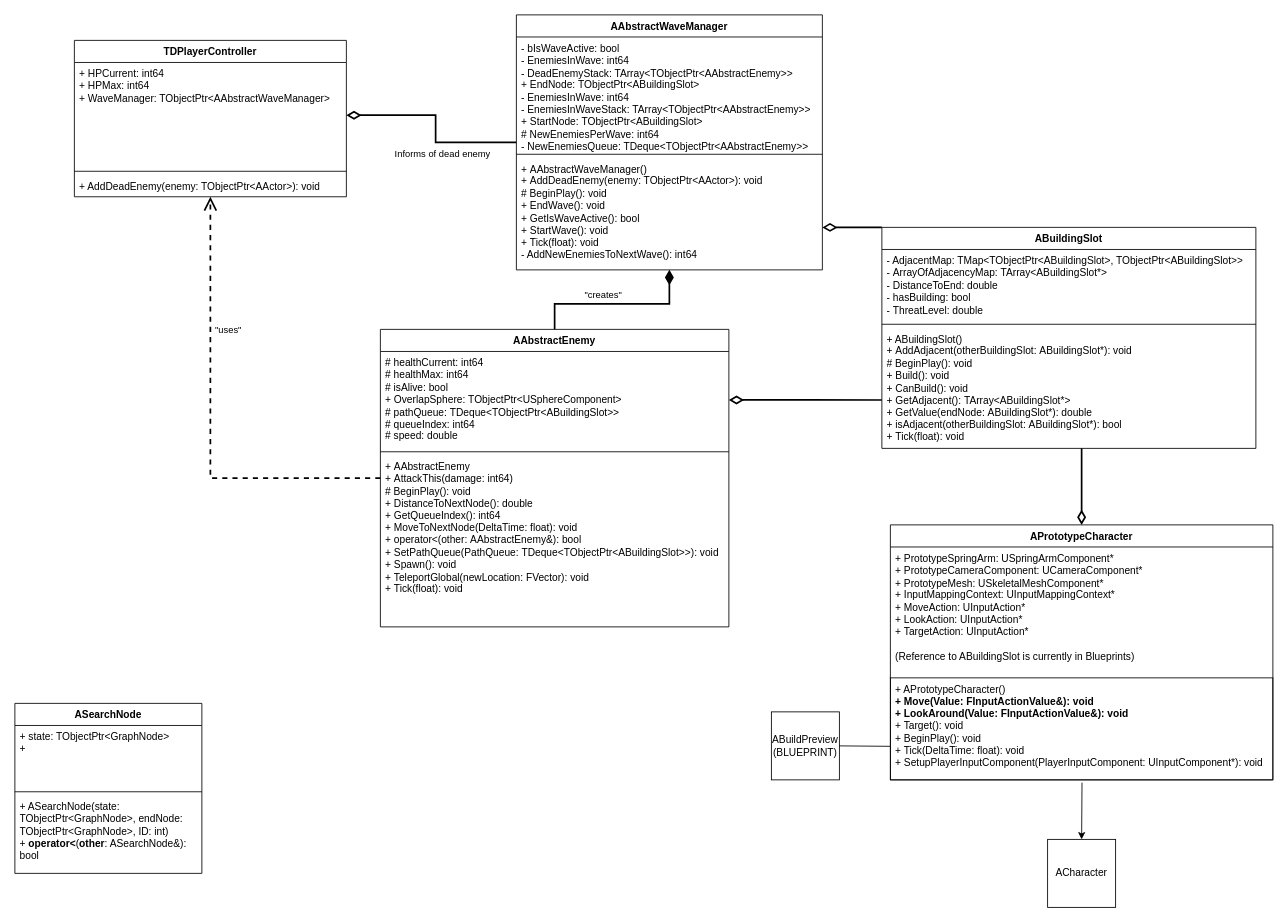
Before: UML.drawio in herrkrabbe/Programming3TD, a draw.io diagram. Source tidied: cells renumbered, new cells numbered last; positions are measured from the earlier drawing's top-left corner, leaving out a move shared by most shapes. Both pictures are drawn from the tidied source at 85%, with x=0, y=0 at pixel (14, 14).
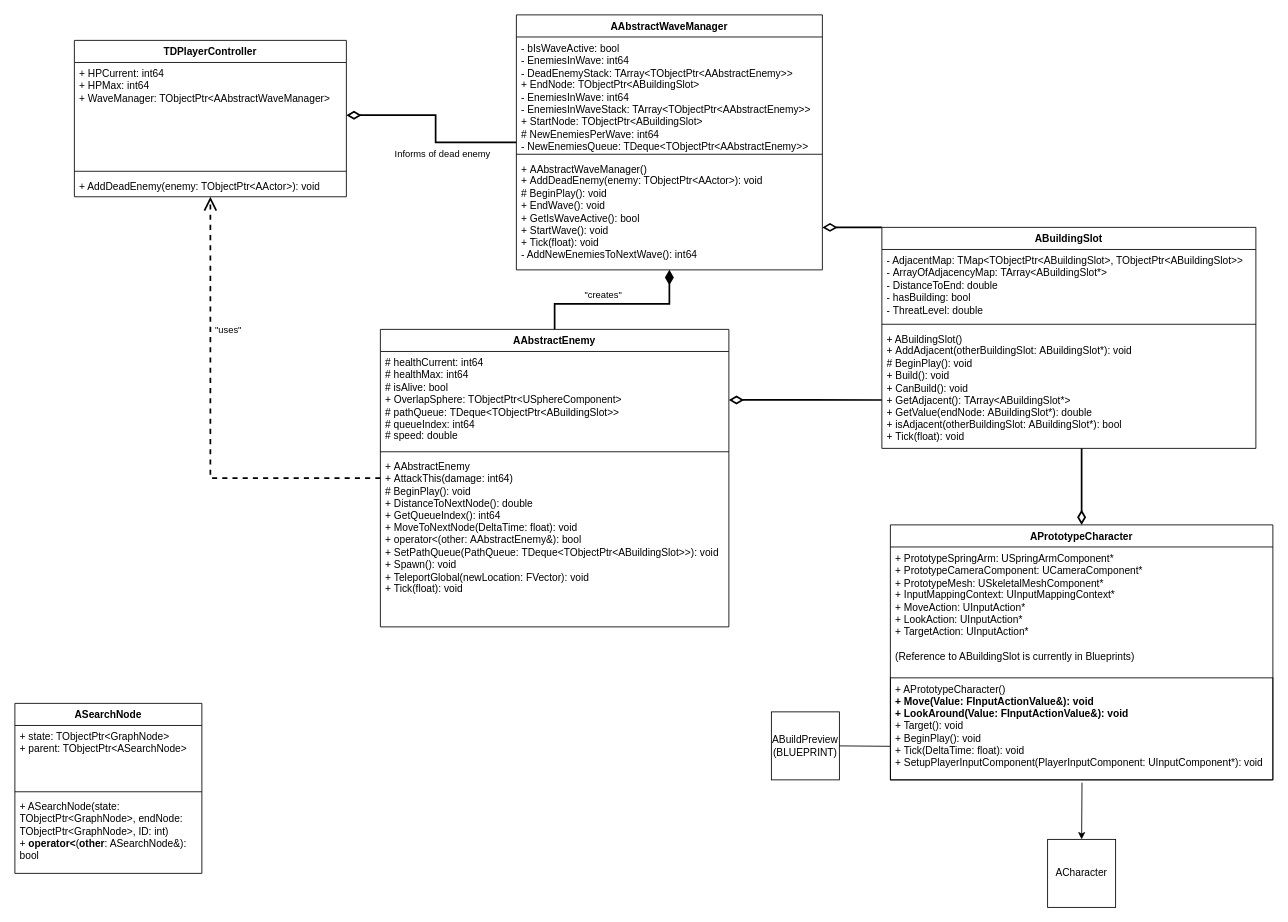
After the change.

Unchanged cells that the change refers to:
```xml
<mxCell id="34" value="ASearchNode" style="swimlane;fontStyle=1;align=center;verticalAlign=top;horizontal=1;startSize=26;whiteSpace=wrap;html=1;" parent="1" vertex="1">
  <mxGeometry y="810" width="220" height="200" as="geometry" />
</mxCell>
```

Diff of the diagram source:
```diff
@@
-    <mxCell id="35" value="+ state: TObjectPtr&amp;lt;GraphNode&amp;gt;&lt;div&gt;+&amp;nbsp;&lt;/div&gt;" style="text;strokeColor=none;fillColor=none;align=left;verticalAlign=top;spacingLeft=4;spacingRight=4;overflow=hidden;whiteSpace=wrap;html=1;" parent="34" vertex="1">
+    <mxCell id="35" value="+ state: TObjectPtr&amp;lt;GraphNode&amp;gt;&lt;div&gt;+ parent: TObjectPtr&amp;lt;ASearchNode&amp;gt;&lt;/div&gt;" style="text;strokeColor=none;fillColor=none;align=left;verticalAlign=top;spacingLeft=4;spacingRight=4;overflow=hidden;whiteSpace=wrap;html=1;" parent="34" vertex="1">
       <mxGeometry y="26" width="220" height="74" as="geometry" />
     </mxCell>
```
